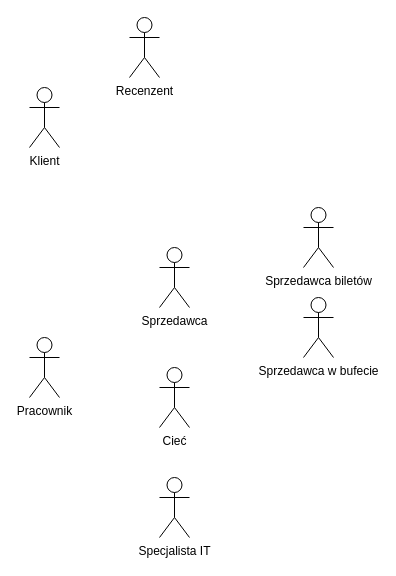
Earlier version of the draw.io diagram Aktorzy.drawio (MateuszKochanski/IPR). Source tidied: cells renumbered, new cells numbered last; positions are measured from the earlier drawing's top-left corner, leaving out a move shared by most shapes. Both pictures are drawn from the tidied source at 100%, with x=0, y=0 at pixel (29, 17).
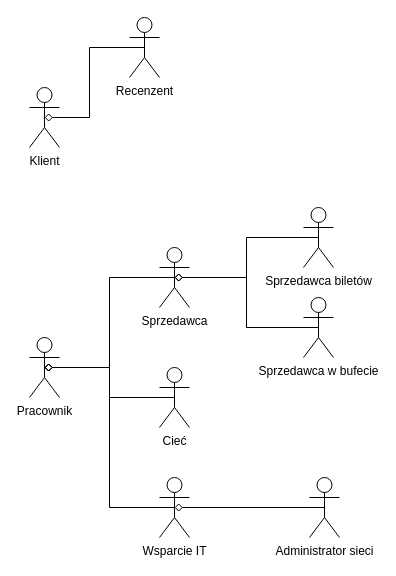
After the change.

Unchanged cells that the change refers to:
```xml
<mxCell id="2" value="Klient" style="shape=umlActor;verticalLabelPosition=bottom;verticalAlign=top;html=1;" parent="1" vertex="1">
  <mxGeometry y="70" width="30" height="60" as="geometry" />
</mxCell>
<mxCell id="3" value="Cieć" style="shape=umlActor;verticalLabelPosition=bottom;verticalAlign=top;html=1;" parent="1" vertex="1">
  <mxGeometry x="130" y="350" width="30" height="60" as="geometry" />
</mxCell>
<mxCell id="4" value="Pracownik" style="shape=umlActor;verticalLabelPosition=bottom;verticalAlign=top;html=1;" parent="1" vertex="1">
  <mxGeometry y="320" width="30" height="60" as="geometry" />
</mxCell>
<mxCell id="5" value="Sprzedawca" style="shape=umlActor;verticalLabelPosition=bottom;verticalAlign=top;html=1;" parent="1" vertex="1">
  <mxGeometry x="130" y="230" width="30" height="60" as="geometry" />
</mxCell>
<mxCell id="7" value="Sprzedawca biletów" style="shape=umlActor;verticalLabelPosition=bottom;verticalAlign=top;html=1;" parent="1" vertex="1">
  <mxGeometry x="274" y="190" width="30" height="60" as="geometry" />
</mxCell>
<mxCell id="8" value="Sprzedawca w bufecie" style="shape=umlActor;verticalLabelPosition=bottom;verticalAlign=top;html=1;" parent="1" vertex="1">
  <mxGeometry x="274" y="280" width="30" height="60" as="geometry" />
</mxCell>
<mxCell id="9" value="Recenzent" style="shape=umlActor;verticalLabelPosition=bottom;verticalAlign=top;html=1;" parent="1" vertex="1">
  <mxGeometry x="100" width="30" height="60" as="geometry" />
</mxCell>
```

Change to the diagram source:
```diff
@@
+    <mxCell id="10" style="edgeStyle=orthogonalEdgeStyle;rounded=0;jettySize=auto;html=1;exitX=0.5;exitY=0.5;exitDx=0;exitDy=0;exitPerimeter=0;entryX=0.5;entryY=0.5;entryDx=0;entryDy=0;entryPerimeter=0;startArrow=diamond;startFill=0;endArrow=none;endFill=0;" parent="1" edge="1" source="2" target="9">
+      <mxGeometry relative="1" as="geometry">
+        <Array as="points">
+          <mxPoint x="60" y="100" />
+          <mxPoint x="60" y="30" />
+        </Array>
+      </mxGeometry>
+    </mxCell>
@@
+    <mxCell id="11" style="edgeStyle=orthogonalEdgeStyle;rounded=0;jettySize=auto;html=1;exitX=0.5;exitY=0.5;exitDx=0;exitDy=0;exitPerimeter=0;entryX=0.5;entryY=0.5;entryDx=0;entryDy=0;entryPerimeter=0;startArrow=diamond;startFill=0;endArrow=none;endFill=0;" parent="1" edge="1" source="4" target="5">
+      <mxGeometry relative="1" as="geometry">
+        <Array as="points">
+          <mxPoint x="80" y="350" />
+          <mxPoint x="80" y="260" />
+        </Array>
+      </mxGeometry>
+    </mxCell>
+    <mxCell id="12" style="edgeStyle=orthogonalEdgeStyle;rounded=0;jettySize=auto;html=1;exitX=0.5;exitY=0.5;exitDx=0;exitDy=0;exitPerimeter=0;entryX=0.5;entryY=0.5;entryDx=0;entryDy=0;entryPerimeter=0;startArrow=diamond;startFill=0;endArrow=none;endFill=0;" parent="1" edge="1" source="4" target="3">
+      <mxGeometry relative="1" as="geometry" />
+    </mxCell>
+    <mxCell id="13" style="edgeStyle=orthogonalEdgeStyle;rounded=0;jettySize=auto;html=1;exitX=0.5;exitY=0.5;exitDx=0;exitDy=0;exitPerimeter=0;entryX=0.5;entryY=0.5;entryDx=0;entryDy=0;entryPerimeter=0;startArrow=diamond;startFill=0;endArrow=none;endFill=0;" parent="1" edge="1" source="4" target="6">
+      <mxGeometry relative="1" as="geometry">
+        <Array as="points">
+          <mxPoint x="80" y="350" />
+          <mxPoint x="80" y="490" />
+        </Array>
+      </mxGeometry>
+    </mxCell>
@@
+    <mxCell id="14" style="edgeStyle=orthogonalEdgeStyle;rounded=0;jettySize=auto;html=1;exitX=0.5;exitY=0.5;exitDx=0;exitDy=0;exitPerimeter=0;entryX=0.5;entryY=0.5;entryDx=0;entryDy=0;entryPerimeter=0;startArrow=diamond;startFill=0;endArrow=none;endFill=0;" parent="1" edge="1" source="5" target="7">
+      <mxGeometry relative="1" as="geometry" />
+    </mxCell>
+    <mxCell id="15" style="edgeStyle=orthogonalEdgeStyle;rounded=0;jettySize=auto;html=1;exitX=0.5;exitY=0.5;exitDx=0;exitDy=0;exitPerimeter=0;entryX=0.5;entryY=0.5;entryDx=0;entryDy=0;entryPerimeter=0;startArrow=diamond;startFill=0;endArrow=none;endFill=0;" parent="1" edge="1" source="5" target="8">
+      <mxGeometry relative="1" as="geometry" />
+    </mxCell>
@@
+    <mxCell id="16" style="edgeStyle=orthogonalEdgeStyle;rounded=0;jettySize=auto;html=1;exitX=0.5;exitY=0.5;exitDx=0;exitDy=0;exitPerimeter=0;entryX=0.5;entryY=0.5;entryDx=0;entryDy=0;entryPerimeter=0;startArrow=diamond;startFill=0;endArrow=none;endFill=0;" parent="1" edge="1" source="6" target="17">
+      <mxGeometry relative="1" as="geometry" />
+    </mxCell>
-    <mxCell id="6" value="Specjalista IT" style="shape=umlActor;verticalLabelPosition=bottom;verticalAlign=top;html=1;" parent="1" vertex="1">
+    <mxCell id="6" value="Wsparcie IT" style="shape=umlActor;verticalLabelPosition=bottom;verticalAlign=top;html=1;" parent="1" vertex="1">
       <mxGeometry x="130" y="460" width="30" height="60" as="geometry" />
     </mxCell>
@@
+    <mxCell id="17" value="Administrator sieci" style="shape=umlActor;verticalLabelPosition=bottom;verticalAlign=top;html=1;" parent="1" vertex="1">
+      <mxGeometry x="280" y="460" width="30" height="60" as="geometry" />
+    </mxCell>
```
